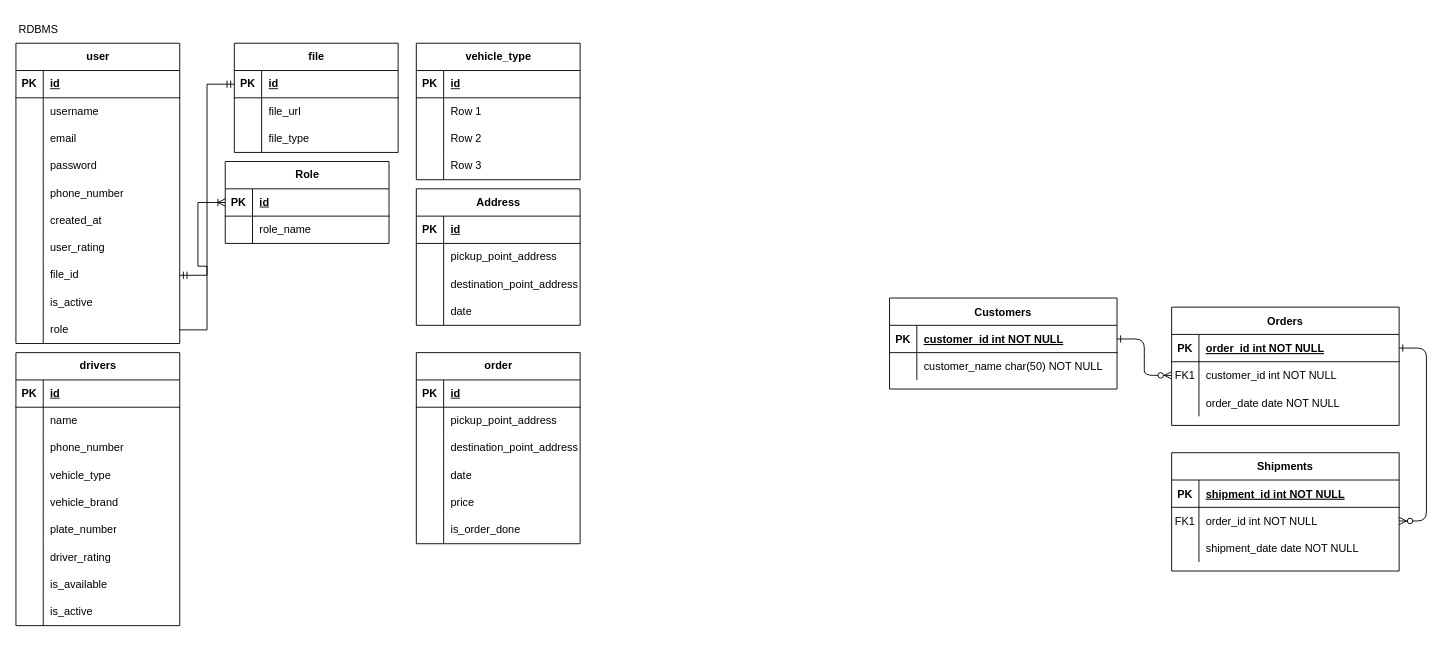
DemoNicky/technical-test keeps this draw.io diagram as starspace/Untitled Diagram.drawio. Above is the earlier version. Source tidied: cells renumbered, new cells numbered last; positions are measured from the earlier drawing's top-left corner, leaving out a move shared by most shapes. Both pictures are drawn from the tidied source at 91%, with x=0, y=0 at pixel (15, 15).
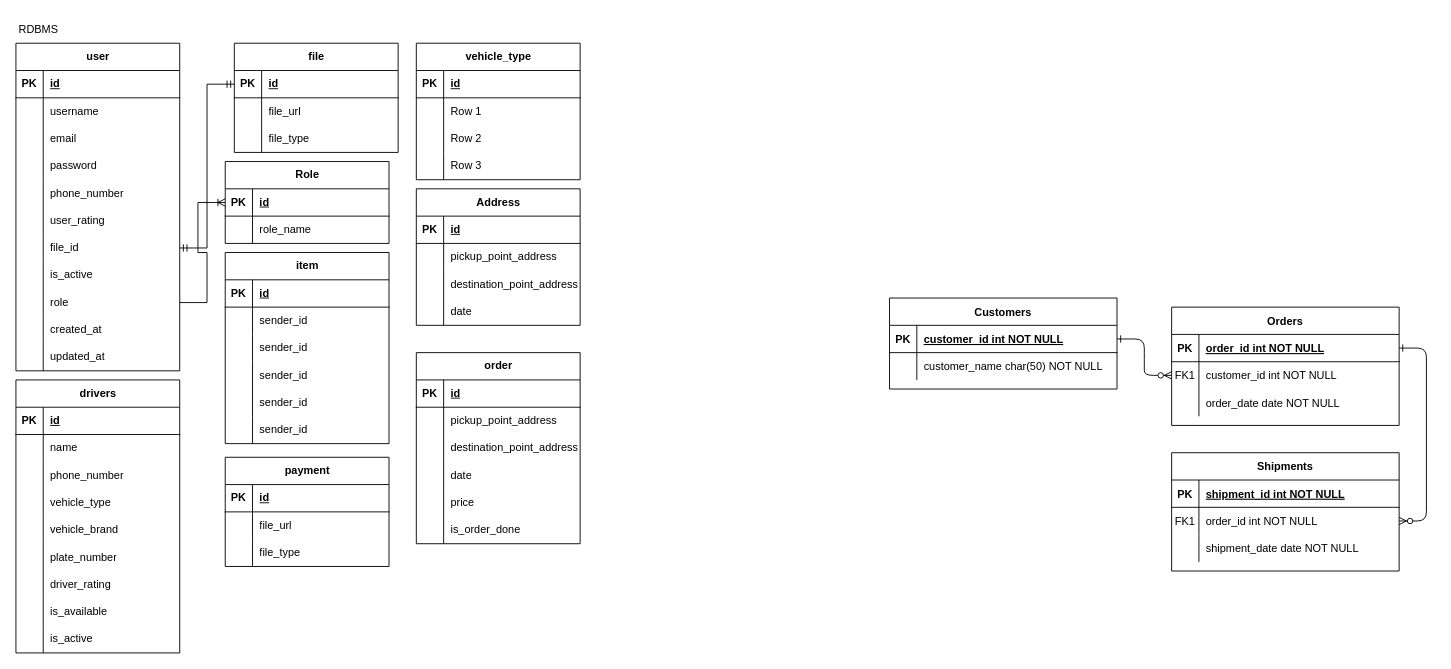
Above is the later version.

Change to the diagram source:
```diff
@@
     <mxCell id="32" value="user" style="shape=table;startSize=30;childLayout=tableLayout;rowLines=0;fontStyle=1;align=center;html=1;" parent="1" vertex="1">
-      <mxGeometry y="30" width="180" height="330" as="geometry" />
+      <mxGeometry y="30" width="180" height="360" as="geometry" />
     </mxCell>
@@
-    <mxCell id="48" style="shape=tableRow;horizontal=0;startSize=0;swimlaneHead=0;swimlaneBody=0;fillColor=none;top=0;left=0;right=0;bottom=0;" parent="32" vertex="1">
-      <mxGeometry y="180" width="180" height="30" as="geometry" />
-    </mxCell>
-    <mxCell id="49" style="shape=partialRectangle;fillColor=none;top=0;left=0;bottom=0;right=0;overflow=hidden;whiteSpace=wrap;html=1;" parent="48" vertex="1">
-      <mxGeometry width="30" height="30" as="geometry" />
-    </mxCell>
-    <mxCell id="50" value="created_at" style="shape=partialRectangle;fillColor=none;top=0;left=0;bottom=0;right=0;align=left;spacingLeft=6;overflow=hidden;whiteSpace=wrap;html=1;" parent="48" vertex="1">
-      <mxGeometry x="30" width="150" height="30" as="geometry" />
-    </mxCell>
     <mxCell id="51" style="shape=tableRow;horizontal=0;startSize=0;swimlaneHead=0;swimlaneBody=0;fillColor=none;top=0;left=0;right=0;bottom=0;" parent="32" vertex="1">
-      <mxGeometry y="210" width="180" height="30" as="geometry" />
+      <mxGeometry y="180" width="180" height="30" as="geometry" />
     </mxCell>
@@
     <mxCell id="54" style="shape=tableRow;horizontal=0;startSize=0;swimlaneHead=0;swimlaneBody=0;fillColor=none;points=[[0,0.5],[1,0.5]];portConstraint=eastwest;top=0;left=0;right=0;bottom=0;" parent="32" vertex="1">
-      <mxGeometry y="240" width="180" height="30" as="geometry" />
+      <mxGeometry y="210" width="180" height="30" as="geometry" />
     </mxCell>
@@
     <mxCell id="57" style="shape=tableRow;horizontal=0;startSize=0;swimlaneHead=0;swimlaneBody=0;fillColor=none;top=0;left=0;right=0;bottom=0;" parent="32" vertex="1">
-      <mxGeometry y="270" width="180" height="30" as="geometry" />
+      <mxGeometry y="240" width="180" height="30" as="geometry" />
     </mxCell>
@@
     <mxCell id="60" style="shape=tableRow;horizontal=0;startSize=0;swimlaneHead=0;swimlaneBody=0;fillColor=none;points=[[0,0.5],[1,0.5]];portConstraint=eastwest;top=0;left=0;right=0;bottom=0;" parent="32" vertex="1">
-      <mxGeometry y="300" width="180" height="30" as="geometry" />
+      <mxGeometry y="270" width="180" height="30" as="geometry" />
     </mxCell>
@@
+    <mxCell id="48" style="shape=tableRow;horizontal=0;startSize=0;swimlaneHead=0;swimlaneBody=0;fillColor=none;top=0;left=0;right=0;bottom=0;" parent="32" vertex="1">
+      <mxGeometry y="300" width="180" height="30" as="geometry" />
+    </mxCell>
+    <mxCell id="49" style="shape=partialRectangle;fillColor=none;top=0;left=0;bottom=0;right=0;overflow=hidden;whiteSpace=wrap;html=1;" parent="48" vertex="1">
+      <mxGeometry width="30" height="30" as="geometry" />
+    </mxCell>
+    <mxCell id="50" value="created_at" style="shape=partialRectangle;fillColor=none;top=0;left=0;bottom=0;right=0;align=left;spacingLeft=6;overflow=hidden;whiteSpace=wrap;html=1;" parent="48" vertex="1">
+      <mxGeometry x="30" width="150" height="30" as="geometry" />
+    </mxCell>
+    <mxCell id="155" style="shape=tableRow;horizontal=0;startSize=0;swimlaneHead=0;swimlaneBody=0;fillColor=none;top=0;left=0;right=0;bottom=0;" parent="32" vertex="1">
+      <mxGeometry y="330" width="180" height="30" as="geometry" />
+    </mxCell>
+    <mxCell id="156" style="shape=partialRectangle;fillColor=none;top=0;left=0;bottom=0;right=0;overflow=hidden;whiteSpace=wrap;html=1;" parent="155" vertex="1">
+      <mxGeometry width="30" height="30" as="geometry" />
+    </mxCell>
+    <mxCell id="157" value="updated_at" style="shape=partialRectangle;fillColor=none;top=0;left=0;bottom=0;right=0;align=left;spacingLeft=6;overflow=hidden;whiteSpace=wrap;html=1;" parent="155" vertex="1">
+      <mxGeometry x="30" width="150" height="30" as="geometry" />
+    </mxCell>
     <mxCell id="63" value="drivers" style="shape=table;startSize=30;childLayout=tableLayout;rowLines=0;fontStyle=1;align=center;html=1;" parent="1" vertex="1">
-      <mxGeometry y="370" width="180" height="300" as="geometry" />
+      <mxGeometry y="400" width="180" height="300" as="geometry" />
     </mxCell>
@@
+    <mxCell id="158" value="item" style="shape=table;startSize=30;childLayout=tableLayout;rowLines=0;fontStyle=1;align=center;html=1;" parent="1" vertex="1">
+      <mxGeometry x="230" y="260" width="180" height="210" as="geometry" />
+    </mxCell>
+    <mxCell id="159" style="shape=tableRow;horizontal=0;startSize=0;swimlaneHead=0;swimlaneBody=0;fillColor=none;top=0;left=0;right=0;bottom=1;" parent="158" vertex="1">
+      <mxGeometry y="30" width="180" height="30" as="geometry" />
+    </mxCell>
+    <mxCell id="160" value="PK" style="shape=partialRectangle;fillColor=none;top=0;left=0;bottom=0;right=0;fontStyle=1;overflow=hidden;whiteSpace=wrap;html=1;" parent="159" vertex="1">
+      <mxGeometry width="30" height="30" as="geometry" />
+    </mxCell>
+    <mxCell id="161" value="id" style="shape=partialRectangle;fillColor=none;top=0;left=0;bottom=0;right=0;align=left;spacingLeft=6;fontStyle=5;overflow=hidden;whiteSpace=wrap;html=1;" parent="159" vertex="1">
+      <mxGeometry x="30" width="150" height="30" as="geometry" />
+    </mxCell>
+    <mxCell id="162" style="shape=tableRow;horizontal=0;startSize=0;swimlaneHead=0;swimlaneBody=0;fillColor=none;top=0;left=0;right=0;bottom=0;" parent="158" vertex="1">
+      <mxGeometry y="60" width="180" height="30" as="geometry" />
+    </mxCell>
+    <mxCell id="163" style="shape=partialRectangle;fillColor=none;top=0;left=0;bottom=0;right=0;overflow=hidden;whiteSpace=wrap;html=1;" parent="162" vertex="1">
+      <mxGeometry width="30" height="30" as="geometry" />
+    </mxCell>
+    <mxCell id="164" value="sender_id" style="shape=partialRectangle;fillColor=none;top=0;left=0;bottom=0;right=0;align=left;spacingLeft=6;overflow=hidden;whiteSpace=wrap;html=1;" parent="162" vertex="1">
+      <mxGeometry x="30" width="150" height="30" as="geometry" />
+    </mxCell>
+    <mxCell id="165" style="shape=tableRow;horizontal=0;startSize=0;swimlaneHead=0;swimlaneBody=0;fillColor=none;top=0;left=0;right=0;bottom=0;" parent="158" vertex="1">
+      <mxGeometry y="90" width="180" height="30" as="geometry" />
+    </mxCell>
+    <mxCell id="166" style="shape=partialRectangle;fillColor=none;top=0;left=0;bottom=0;right=0;overflow=hidden;whiteSpace=wrap;html=1;" parent="165" vertex="1">
+      <mxGeometry width="30" height="30" as="geometry" />
+    </mxCell>
+    <mxCell id="167" value="sender_id" style="shape=partialRectangle;fillColor=none;top=0;left=0;bottom=0;right=0;align=left;spacingLeft=6;overflow=hidden;whiteSpace=wrap;html=1;" parent="165" vertex="1">
+      <mxGeometry x="30" width="150" height="30" as="geometry" />
+    </mxCell>
+    <mxCell id="168" style="shape=tableRow;horizontal=0;startSize=0;swimlaneHead=0;swimlaneBody=0;fillColor=none;top=0;left=0;right=0;bottom=0;" parent="158" vertex="1">
+      <mxGeometry y="120" width="180" height="30" as="geometry" />
+    </mxCell>
+    <mxCell id="169" style="shape=partialRectangle;fillColor=none;top=0;left=0;bottom=0;right=0;overflow=hidden;whiteSpace=wrap;html=1;" parent="168" vertex="1">
+      <mxGeometry width="30" height="30" as="geometry" />
+    </mxCell>
+    <mxCell id="170" value="sender_id" style="shape=partialRectangle;fillColor=none;top=0;left=0;bottom=0;right=0;align=left;spacingLeft=6;overflow=hidden;whiteSpace=wrap;html=1;" parent="168" vertex="1">
+      <mxGeometry x="30" width="150" height="30" as="geometry" />
+    </mxCell>
+    <mxCell id="171" style="shape=tableRow;horizontal=0;startSize=0;swimlaneHead=0;swimlaneBody=0;fillColor=none;top=0;left=0;right=0;bottom=0;" parent="158" vertex="1">
+      <mxGeometry y="150" width="180" height="30" as="geometry" />
+    </mxCell>
+    <mxCell id="172" style="shape=partialRectangle;fillColor=none;top=0;left=0;bottom=0;right=0;overflow=hidden;whiteSpace=wrap;html=1;" parent="171" vertex="1">
+      <mxGeometry width="30" height="30" as="geometry" />
+    </mxCell>
+    <mxCell id="173" value="sender_id" style="shape=partialRectangle;fillColor=none;top=0;left=0;bottom=0;right=0;align=left;spacingLeft=6;overflow=hidden;whiteSpace=wrap;html=1;" parent="171" vertex="1">
+      <mxGeometry x="30" width="150" height="30" as="geometry" />
+    </mxCell>
+    <mxCell id="174" style="shape=tableRow;horizontal=0;startSize=0;swimlaneHead=0;swimlaneBody=0;fillColor=none;top=0;left=0;right=0;bottom=0;" parent="158" vertex="1">
+      <mxGeometry y="180" width="180" height="30" as="geometry" />
+    </mxCell>
+    <mxCell id="175" style="shape=partialRectangle;fillColor=none;top=0;left=0;bottom=0;right=0;overflow=hidden;whiteSpace=wrap;html=1;" parent="174" vertex="1">
+      <mxGeometry width="30" height="30" as="geometry" />
+    </mxCell>
+    <mxCell id="176" value="sender_id" style="shape=partialRectangle;fillColor=none;top=0;left=0;bottom=0;right=0;align=left;spacingLeft=6;overflow=hidden;whiteSpace=wrap;html=1;" parent="174" vertex="1">
+      <mxGeometry x="30" width="150" height="30" as="geometry" />
+    </mxCell>
+    <mxCell id="177" value="payment" style="shape=table;startSize=30;childLayout=tableLayout;rowLines=0;fontStyle=1;align=center;html=1;" parent="1" vertex="1">
+      <mxGeometry x="230" y="485" width="180" height="120" as="geometry" />
+    </mxCell>
+    <mxCell id="178" style="shape=tableRow;horizontal=0;startSize=0;swimlaneHead=0;swimlaneBody=0;fillColor=none;top=0;left=0;right=0;bottom=1;" parent="177" vertex="1">
+      <mxGeometry y="30" width="180" height="30" as="geometry" />
+    </mxCell>
+    <mxCell id="179" value="PK" style="shape=partialRectangle;fillColor=none;top=0;left=0;bottom=0;right=0;fontStyle=1;overflow=hidden;whiteSpace=wrap;html=1;" parent="178" vertex="1">
+      <mxGeometry width="30" height="30" as="geometry" />
+    </mxCell>
+    <mxCell id="180" value="id" style="shape=partialRectangle;fillColor=none;top=0;left=0;bottom=0;right=0;align=left;spacingLeft=6;fontStyle=5;overflow=hidden;whiteSpace=wrap;html=1;" parent="178" vertex="1">
+      <mxGeometry x="30" width="150" height="30" as="geometry" />
+    </mxCell>
+    <mxCell id="181" style="shape=tableRow;horizontal=0;startSize=0;swimlaneHead=0;swimlaneBody=0;fillColor=none;top=0;left=0;right=0;bottom=0;" parent="177" vertex="1">
+      <mxGeometry y="60" width="180" height="30" as="geometry" />
+    </mxCell>
+    <mxCell id="182" style="shape=partialRectangle;fillColor=none;top=0;left=0;bottom=0;right=0;overflow=hidden;whiteSpace=wrap;html=1;" parent="181" vertex="1">
+      <mxGeometry width="30" height="30" as="geometry" />
+    </mxCell>
+    <mxCell id="183" value="file_url" style="shape=partialRectangle;fillColor=none;top=0;left=0;bottom=0;right=0;align=left;spacingLeft=6;overflow=hidden;whiteSpace=wrap;html=1;" parent="181" vertex="1">
+      <mxGeometry x="30" width="150" height="30" as="geometry" />
+    </mxCell>
+    <mxCell id="184" style="shape=tableRow;horizontal=0;startSize=0;swimlaneHead=0;swimlaneBody=0;fillColor=none;top=0;left=0;right=0;bottom=0;" parent="177" vertex="1">
+      <mxGeometry y="90" width="180" height="30" as="geometry" />
+    </mxCell>
+    <mxCell id="185" style="shape=partialRectangle;fillColor=none;top=0;left=0;bottom=0;right=0;overflow=hidden;whiteSpace=wrap;html=1;" parent="184" vertex="1">
+      <mxGeometry width="30" height="30" as="geometry" />
+    </mxCell>
+    <mxCell id="186" value="file_type" style="shape=partialRectangle;fillColor=none;top=0;left=0;bottom=0;right=0;align=left;spacingLeft=6;overflow=hidden;whiteSpace=wrap;html=1;" parent="184" vertex="1">
+      <mxGeometry x="30" width="150" height="30" as="geometry" />
+    </mxCell>
```
